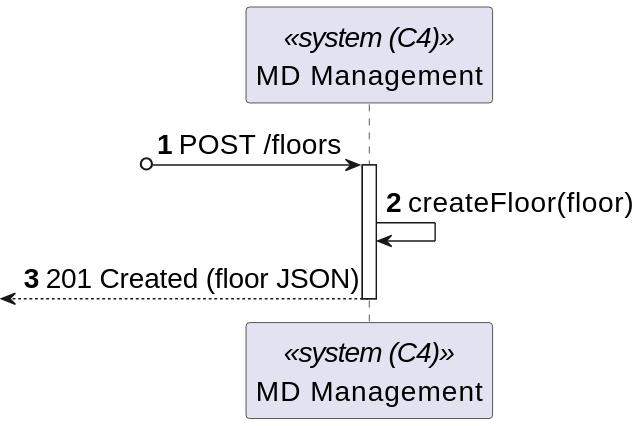
The PlantUML diagram _wiki/sprint-a/us06-200/views/level-2/assets/process-view.svg in miseEnPlace-dev/lapr5, before a commit.
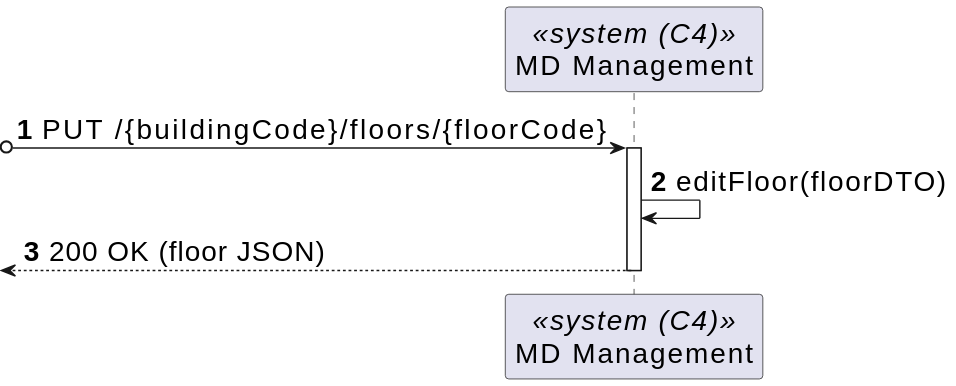
The same file after the commit.

Change to the diagram source:
```diff
@@ -4,10 +4,10 @@
 participant SYS as "MD Management" <<system (C4)>>
 
 
-?o-> SYS : POST /floors
+?o-> SYS : PUT /{buildingCode}/floors/{floorCode}
 activate SYS
 
-SYS -> SYS : createFloor(floor)
-<-- SYS : 201 Created (floor JSON)
+SYS -> SYS : editFloor(floorDTO)
+<-- SYS : 200 OK (floor JSON)
 deactivate SYS
 @enduml
```
